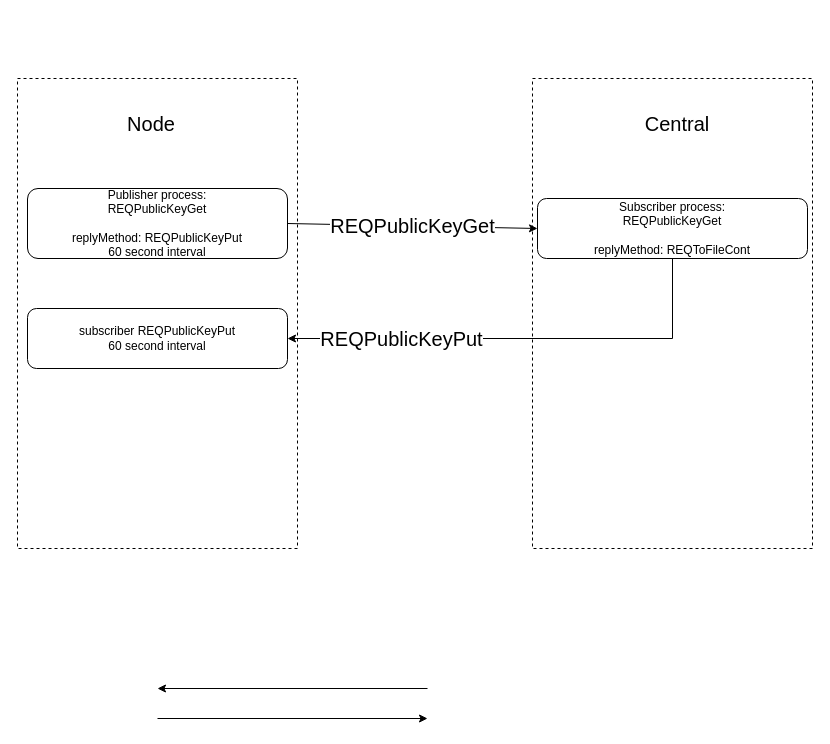
Above: page "Hello send pubkey" (1 of 5) of doc/concept/auth/REQPublicKeysGet.drawio in postmannen/steward (draw.io), before the change. Source tidied: cells renumbered, new cells numbered last; positions are measured from the earlier drawing's top-left corner, leaving out a move shared by most shapes. Both pictures are drawn from the tidied source at 100%, with x=0, y=0 at pixel (17, 78).
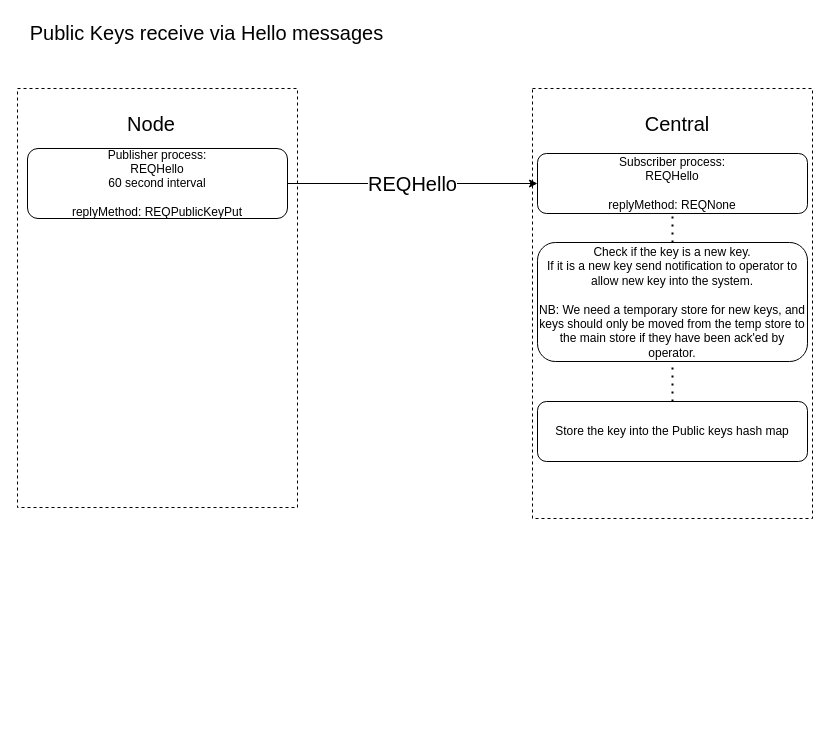
Above is the later version.

Diff of the diagram source:
```diff
@@
 <mxGraphModel>
   <root>
     <mxCell id="0" />
     <mxCell id="1" parent="0" />
-    <mxCell id="2" style="rounded=0;whiteSpace=wrap;html=1;dashed=1;fontSize=20;" parent="1" vertex="1">
-      <mxGeometry x="515" width="280" height="470" as="geometry" />
-    </mxCell>
-    <mxCell id="3" style="rounded=0;whiteSpace=wrap;html=1;dashed=1;fontSize=20;" parent="1" vertex="1">
-      <mxGeometry width="280" height="470" as="geometry" />
-    </mxCell>
-    <mxCell id="4" style="endArrow=classic;html=1;rounded=0;" parent="1" edge="1">
-      <mxGeometry relative="1" as="geometry">
-        <mxPoint x="410" y="610" as="sourcePoint" />
-        <mxPoint x="140" y="610" as="targetPoint" />
-      </mxGeometry>
-    </mxCell>
-    <mxCell id="5" style="endArrow=classic;html=1;rounded=0;" parent="1" edge="1">
-      <mxGeometry relative="1" as="geometry">
-        <mxPoint x="140" y="640" as="sourcePoint" />
-        <mxPoint x="410" y="640" as="targetPoint" />
-      </mxGeometry>
-    </mxCell>
-    <mxCell id="6" value="Publisher process:&lt;br&gt;REQPublicKeyGet&lt;br&gt;&lt;br&gt;replyMethod: REQPublicKeyPut&lt;br&gt;60 second interval" style="rounded=1;whiteSpace=wrap;html=1;" parent="1" vertex="1">
-      <mxGeometry x="10" y="110" width="260" height="70" as="geometry" />
-    </mxCell>
+    <mxCell id="13" style="rounded=0;whiteSpace=wrap;html=1;dashed=1;fontSize=20;" parent="1" vertex="1">
+      <mxGeometry x="515" y="10" width="280" height="430" as="geometry" />
+    </mxCell>
+    <mxCell id="14" style="rounded=0;whiteSpace=wrap;html=1;dashed=1;fontSize=20;" parent="1" vertex="1">
+      <mxGeometry y="10" width="280" height="419" as="geometry" />
+    </mxCell>
+    <mxCell id="15" value="Publisher process:&lt;br&gt;REQHello&lt;br&gt;60 second interval&lt;br&gt;&lt;br&gt;replyMethod: REQPublicKeyPut" style="rounded=1;whiteSpace=wrap;html=1;" parent="1" vertex="1">
+      <mxGeometry x="10" y="70" width="260" height="70" as="geometry" />
+    </mxCell>
     <mxCell id="7" value="Node" style="text;html=1;strokeColor=none;fillColor=none;align=center;verticalAlign=middle;whiteSpace=wrap;rounded=0;fontSize=20;" parent="1" vertex="1">
       <mxGeometry x="104" y="30" width="60" height="30" as="geometry" />
     </mxCell>
     <mxCell id="8" value="Central" style="text;html=1;strokeColor=none;fillColor=none;align=center;verticalAlign=middle;whiteSpace=wrap;rounded=0;fontSize=20;" parent="1" vertex="1">
       <mxGeometry x="630" y="30" width="60" height="30" as="geometry" />
     </mxCell>
-    <mxCell id="9" value="Subscriber process:&lt;br&gt;REQPublicKeyGet&lt;br&gt;&lt;br&gt;replyMethod: REQToFileCont" style="rounded=1;whiteSpace=wrap;html=1;" parent="1" vertex="1">
-      <mxGeometry x="520" y="120" width="270" height="60" as="geometry" />
-    </mxCell>
-    <mxCell id="10" value="REQPublicKeyGet" style="endArrow=classic;html=1;rounded=0;fontSize=20;exitX=1;exitY=0.5;exitDx=0;exitDy=0;entryX=0;entryY=0.5;entryDx=0;entryDy=0;" parent="1" edge="1" source="6" target="9">
-      <mxGeometry relative="1" as="geometry" />
-    </mxCell>
-    <mxCell id="11" value="subscriber REQPublicKeyPut&lt;br&gt;60 second interval" style="rounded=1;whiteSpace=wrap;html=1;" parent="1" vertex="1">
-      <mxGeometry x="10" y="230" width="260" height="60" as="geometry" />
-    </mxCell>
-    <mxCell id="12" value="&lt;span style=&quot;color: rgb(0 , 0 , 0) ; font-family: &amp;#34;helvetica&amp;#34; ; font-size: 20px ; font-style: normal ; font-weight: 400 ; letter-spacing: normal ; text-align: center ; text-indent: 0px ; text-transform: none ; word-spacing: 0px ; background-color: rgb(255 , 255 , 255) ; display: inline ; float: none&quot;&gt;REQPublicKeyPut&lt;/span&gt;" style="endArrow=classic;html=1;rounded=0;fontSize=20;exitX=0.5;exitY=1;exitDx=0;exitDy=0;entryX=1;entryY=0.5;entryDx=0;entryDy=0;" parent="1" edge="1" target="11">
-      <mxGeometry x="0.51" relative="1" as="geometry">
-        <mxPoint x="655" y="180" as="sourcePoint" />
-        <Array as="points">
-          <mxPoint x="655" y="260" />
-        </Array>
-      </mxGeometry>
-    </mxCell>
+    <mxCell id="16" value="Subscriber process:&lt;br&gt;REQHello&lt;br&gt;&lt;br&gt;replyMethod: REQNone" style="rounded=1;whiteSpace=wrap;html=1;" parent="1" vertex="1">
+      <mxGeometry x="520" y="75" width="270" height="60" as="geometry" />
+    </mxCell>
+    <mxCell id="17" value="REQHello" style="endArrow=classic;html=1;rounded=0;fontSize=20;exitX=1;exitY=0.5;exitDx=0;exitDy=0;entryX=0;entryY=0.5;entryDx=0;entryDy=0;" parent="1" edge="1" source="15" target="16">
+      <mxGeometry relative="1" as="geometry" />
+    </mxCell>
+    <mxCell id="18" value="Public Keys receive via Hello messages" style="text;html=1;strokeColor=none;fillColor=none;align=center;verticalAlign=middle;whiteSpace=wrap;rounded=0;fontSize=20;" parent="1" vertex="1">
+      <mxGeometry y="-61" width="379" height="30" as="geometry" />
+    </mxCell>
+    <mxCell id="19" value="Check if the key is a new key.&lt;br&gt;If it is a new key send notification to operator to allow new key into the system.&lt;br&gt;&lt;br&gt;NB: We need a temporary store for new keys, and keys should only be moved from the temp store to the main store if they have been ack'ed by operator." style="rounded=1;whiteSpace=wrap;html=1;" parent="1" vertex="1">
+      <mxGeometry x="520" y="164" width="270" height="119" as="geometry" />
+    </mxCell>
+    <mxCell id="20" value="Store the key into the Public keys hash map" style="rounded=1;whiteSpace=wrap;html=1;" parent="1" vertex="1">
+      <mxGeometry x="520" y="323" width="270" height="60" as="geometry" />
+    </mxCell>
+    <mxCell id="21" style="endArrow=none;dashed=1;html=1;dashPattern=1 3;strokeWidth=2;rounded=0;fontSize=20;" parent="1" edge="1" source="19" target="16">
+      <mxGeometry relative="1" as="geometry" />
+    </mxCell>
+    <mxCell id="22" style="endArrow=none;dashed=1;html=1;dashPattern=1 3;strokeWidth=2;rounded=0;fontSize=20;" parent="1" edge="1" source="20" target="19">
+      <mxGeometry relative="1" as="geometry" />
+    </mxCell>
   </root>
 </mxGraphModel>
```
